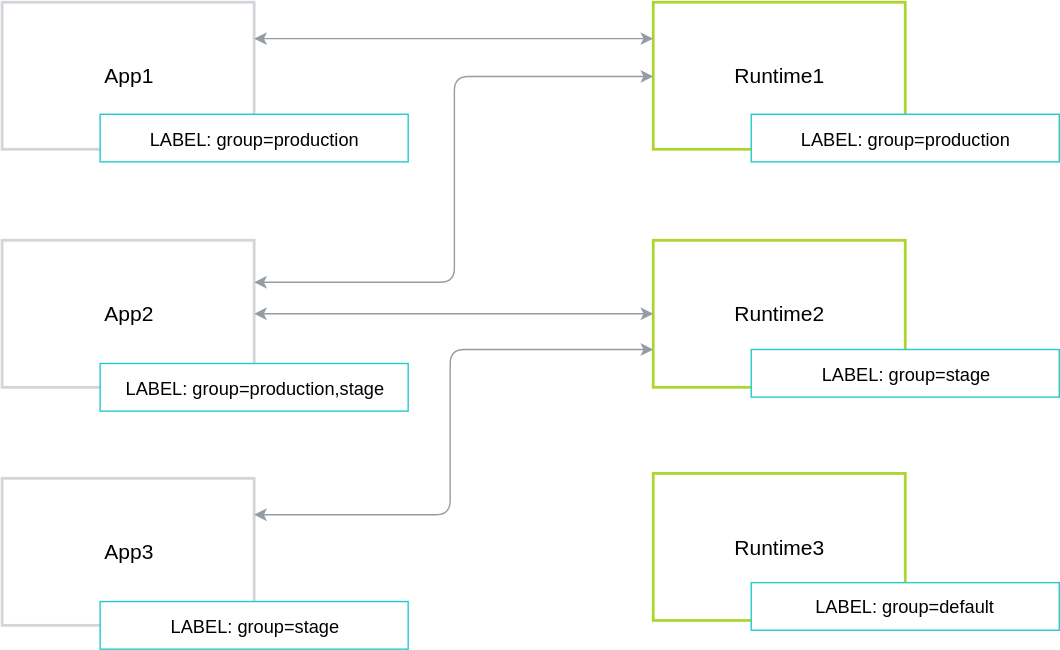
kyma-incubator/compass keeps this draw.io diagram as docs/architecture/assets/grouping.svg. Above is the earlier version. Source tidied: cells renumbered, new cells last; positions are measured from the earlier drawing's top-left corner, leaving out a move shared by most shapes.
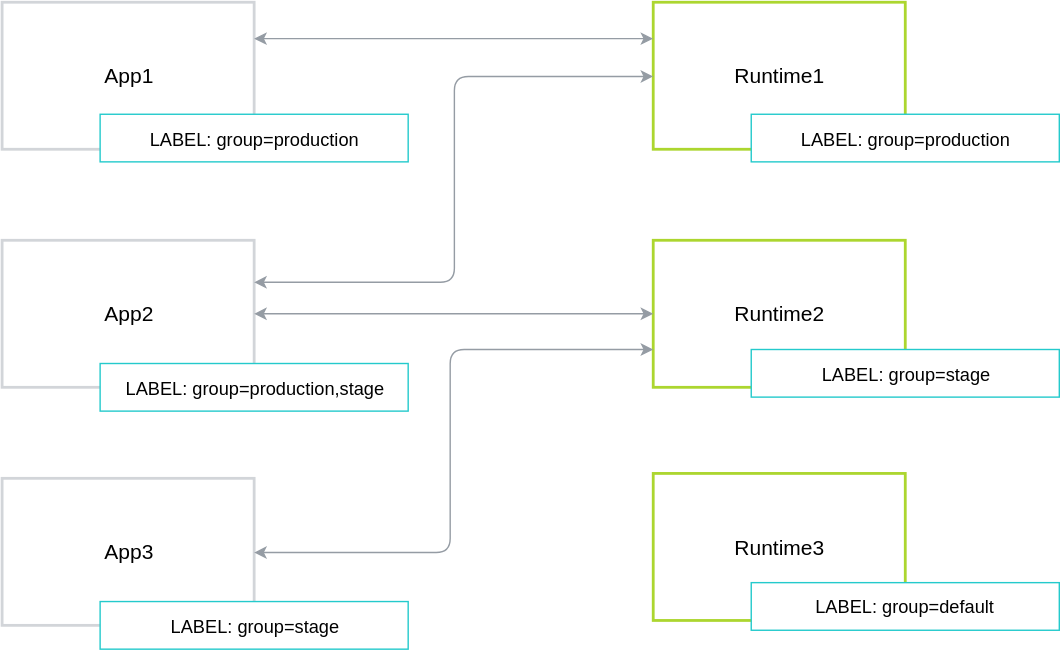
The same file after the commit.

What changed in the source:
```diff
@@ -52,11 +52,11 @@
         <mxPoint x="465" y="222.5" as="targetPoint" />
       </mxGeometry>
     </mxCell>
-    <mxCell id="17" style="endArrow=classic;startArrow=classic;html=1;exitX=1;exitY=0.25;exitDx=0;exitDy=0;entryX=0;entryY=0.25;entryDx=0;entryDy=0;edgeStyle=orthogonalEdgeStyle;strokeColor=#959CA4;" parent="1" edge="1" source="4">
+    <mxCell id="17" style="endArrow=classic;startArrow=classic;html=1;exitX=1;exitY=0.5;exitDx=0;exitDy=0;entryX=0;entryY=0.25;entryDx=0;entryDy=0;edgeStyle=orthogonalEdgeStyle;strokeColor=#959CA4;" parent="1" edge="1" source="4">
       <mxGeometry relative="1" as="geometry">
         <mxPoint x="465" y="247.5" as="targetPoint" />
         <Array as="points">
-          <mxPoint x="320" y="366" />
+          <mxPoint x="320" y="393" />
           <mxPoint x="320" y="248" />
         </Array>
       </mxGeometry>
```
